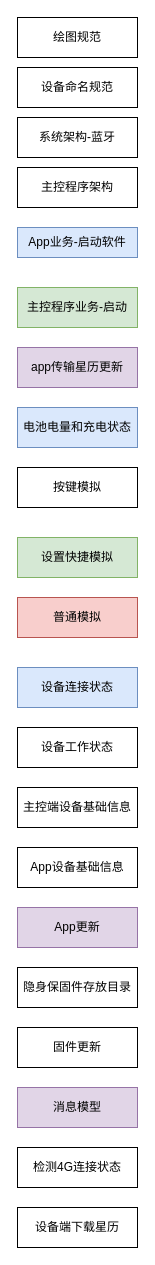
Above: page "目录" (3 of 25) of 隐身保arm版-业务流程-V1.0-20221028-1.drawio in kyphoon/ysb_drawio_tree (draw.io), before the change. Source tidied: cells renumbered, new cells numbered last; positions are measured from the earlier drawing's top-left corner, leaving out a move shared by most shapes. Both pictures are drawn from the tidied source at 100%, with x=0, y=0 at pixel (17, 17).
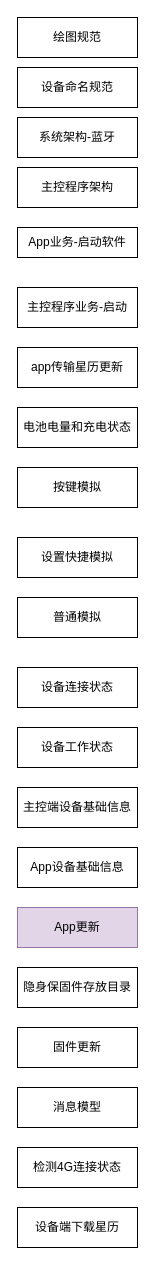
Above is the later version.

The edit, as a diff of the source:
```diff
@@
-    <mxCell id="2" value="App业务-启动软件" style="rounded=0;whiteSpace=wrap;html=1;fillColor=#dae8fc;strokeColor=#6c8ebf;" parent="1" vertex="1">
+    <mxCell id="2" value="App业务-启动软件" style="rounded=0;whiteSpace=wrap;html=1;" parent="1" vertex="1">
       <mxGeometry y="210" width="120" height="30" as="geometry" />
     </mxCell>
@@
-    <mxCell id="5" value="主控程序业务-启动" style="rounded=0;whiteSpace=wrap;html=1;fillColor=#d5e8d4;strokeColor=#82b366;" parent="1" vertex="1">
+    <mxCell id="5" value="主控程序业务-启动" style="rounded=0;whiteSpace=wrap;html=1;" parent="1" vertex="1">
       <mxGeometry y="270" width="120" height="40" as="geometry" />
     </mxCell>
-    <mxCell id="6" value="电池电量和充电状态" style="rounded=0;whiteSpace=wrap;html=1;fillColor=#dae8fc;strokeColor=#6c8ebf;" parent="1" vertex="1">
+    <mxCell id="6" value="电池电量和充电状态" style="rounded=0;whiteSpace=wrap;html=1;" parent="1" vertex="1">
       <mxGeometry y="390" width="120" height="40" as="geometry" />
     </mxCell>
@@
-    <mxCell id="8" value="设置快捷模拟" style="rounded=0;whiteSpace=wrap;html=1;fillColor=#d5e8d4;strokeColor=#82b366;" parent="1" vertex="1">
+    <mxCell id="8" value="设置快捷模拟" style="rounded=0;whiteSpace=wrap;html=1;" parent="1" vertex="1">
       <mxGeometry y="520" width="120" height="40" as="geometry" />
     </mxCell>
-    <mxCell id="9" value="普通模拟" style="rounded=0;whiteSpace=wrap;html=1;fillColor=#f8cecc;strokeColor=#b85450;" parent="1" vertex="1">
+    <mxCell id="9" value="普通模拟" style="rounded=0;whiteSpace=wrap;html=1;" parent="1" vertex="1">
       <mxGeometry y="580" width="120" height="40" as="geometry" />
     </mxCell>
@@
-    <mxCell id="11" value="消息模型" style="rounded=0;whiteSpace=wrap;html=1;fillColor=#e1d5e7;strokeColor=#9673a6;" parent="1" vertex="1">
+    <mxCell id="11" value="消息模型" style="rounded=0;whiteSpace=wrap;html=1;" parent="1" vertex="1">
       <mxGeometry y="1070" width="120" height="40" as="geometry" />
     </mxCell>
-    <mxCell id="12" value="app传输星历更新" style="rounded=0;whiteSpace=wrap;html=1;fillColor=#e1d5e7;strokeColor=#9673a6;" parent="1" vertex="1">
+    <mxCell id="12" value="app传输星历更新" style="rounded=0;whiteSpace=wrap;html=1;" parent="1" vertex="1">
       <mxGeometry y="330" width="120" height="40" as="geometry" />
     </mxCell>
-    <mxCell id="13" value="设备连接状态" style="rounded=0;whiteSpace=wrap;html=1;fillColor=#dae8fc;strokeColor=#6c8ebf;" parent="1" vertex="1">
+    <mxCell id="13" value="设备连接状态" style="rounded=0;whiteSpace=wrap;html=1;" parent="1" vertex="1">
       <mxGeometry y="650" width="120" height="40" as="geometry" />
     </mxCell>
```
